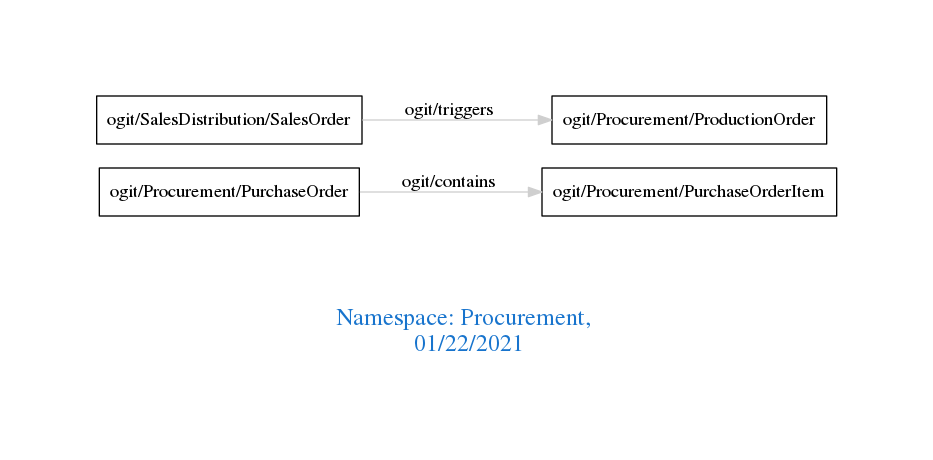
arago/OGIT keeps this Graphviz diagram as downloads/Procurement.png. Above is the earlier version. Its source is kept beside it as downloads/Procurement.dot.
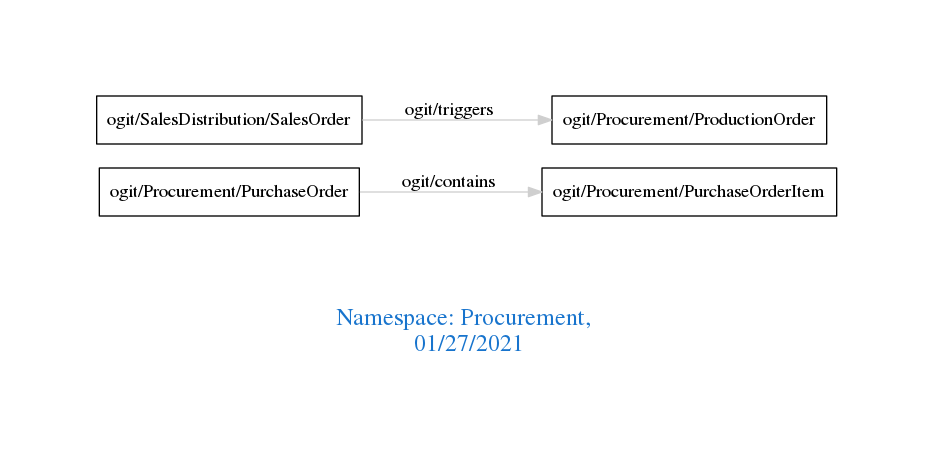
Above is the later version.

The edit, as a diff of the source:
```diff
@@ -1,7 +1,7 @@
 digraph OGIT_ontology {
  graph [ rankdir= LR,pad=1
 fontsize = 18,
-fontcolor= dodgerblue3,label = "\n\n\nNamespace: Procurement, \n 01/22/2021"];
+fontcolor= dodgerblue3,label = "\n\n\nNamespace: Procurement, \n 01/27/2021"];
 node[shape=polygon];
 edge [  color="gray81"];
 
```
